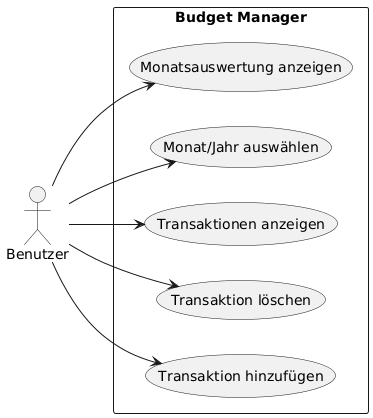
Above: docs/uml/usecase.png in mila25-25/BudgetManager (PlantUML), before the change.
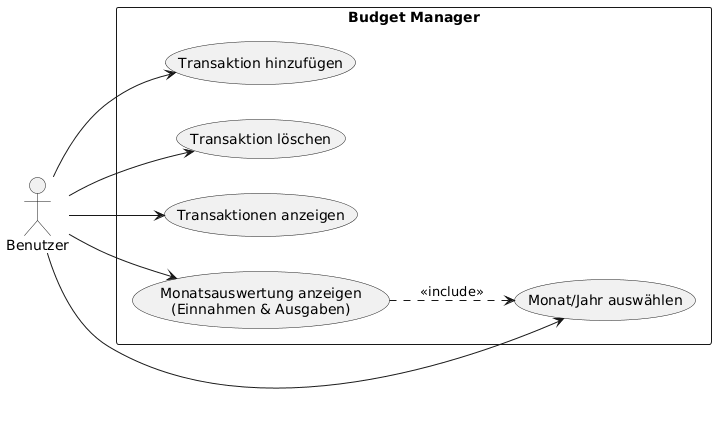
The same file after the commit.

What changed in the source:
```diff
@@ -1,12 +1,21 @@
 @startuml
 left to right direction
-actor Benutzer
+
+actor "Benutzer" as User
 
 rectangle "Budget Manager" {
-  Benutzer --> (Transaktion hinzufügen)
-  Benutzer --> (Transaktion löschen)
-  Benutzer --> (Transaktionen anzeigen)
-  Benutzer --> (Monat/Jahr auswählen)
-  Benutzer --> (Monatsauswertung anzeigen)
+  usecase "Transaktion hinzufügen" as UC_Add
+  usecase "Transaktion löschen" as UC_Del
+  usecase "Transaktionen anzeigen" as UC_List
+  usecase "Monat/Jahr auswählen" as UC_Select
+  usecase "Monatsauswertung anzeigen\n(Einnahmen & Ausgaben)" as UC_Report
 }
+
+User --> UC_Add
+User --> UC_Del
+User --> UC_List
+User --> UC_Select
+User --> UC_Report
+
+UC_Report ..> UC_Select : <<include>>
 @enduml
```
